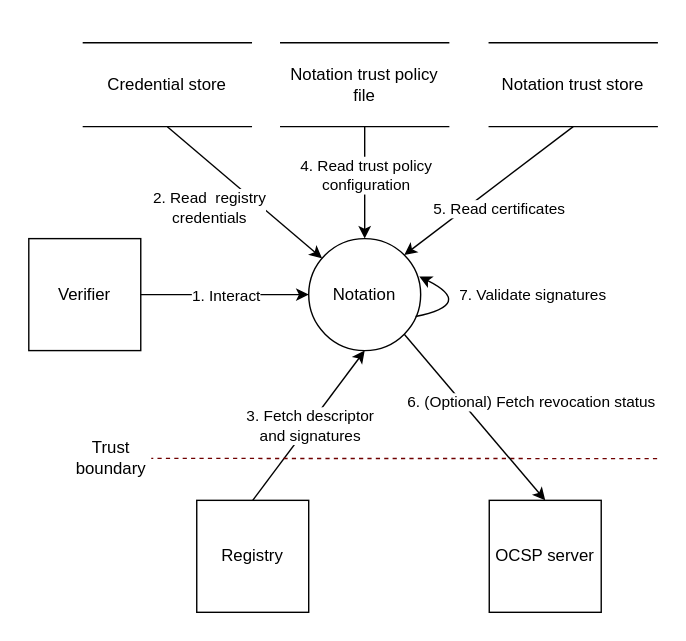
Before: media/notation-verify-remote.svg, a diagram exported from draw.io (notaryproject/specifications). Source tidied: cells renumbered, new cells last; positions are measured from the earlier drawing's top-left corner, leaving out a move shared by most shapes.
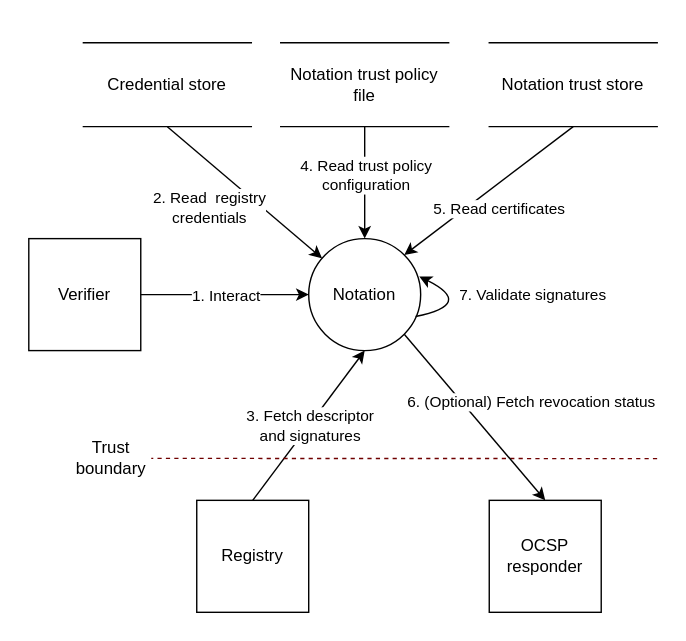
The same file after the commit.

Diff of the diagram source:
```diff
@@ -79,7 +79,7 @@
     <mxCell id="22" value="7. Validate signatures" style="edgeLabel;html=1;align=center;verticalAlign=middle;" parent="1" vertex="1">
       <mxGeometry x="379" y="210" as="geometry" />
     </mxCell>
-    <mxCell id="23" value="OCSP server" style="whiteSpace=wrap;html=1;" parent="1" vertex="1">
+    <mxCell id="23" value="OCSP responder" style="whiteSpace=wrap;html=1;" parent="1" vertex="1">
       <mxGeometry x="349" y="357" width="80" height="80" as="geometry" />
     </mxCell>
     <mxCell id="24" style="endArrow=classic;html=1;rounded=0;exitX=1;exitY=1;exitDx=0;exitDy=0;entryX=0.5;entryY=0;entryDx=0;entryDy=0;" parent="1" edge="1" source="4" target="23">
```
